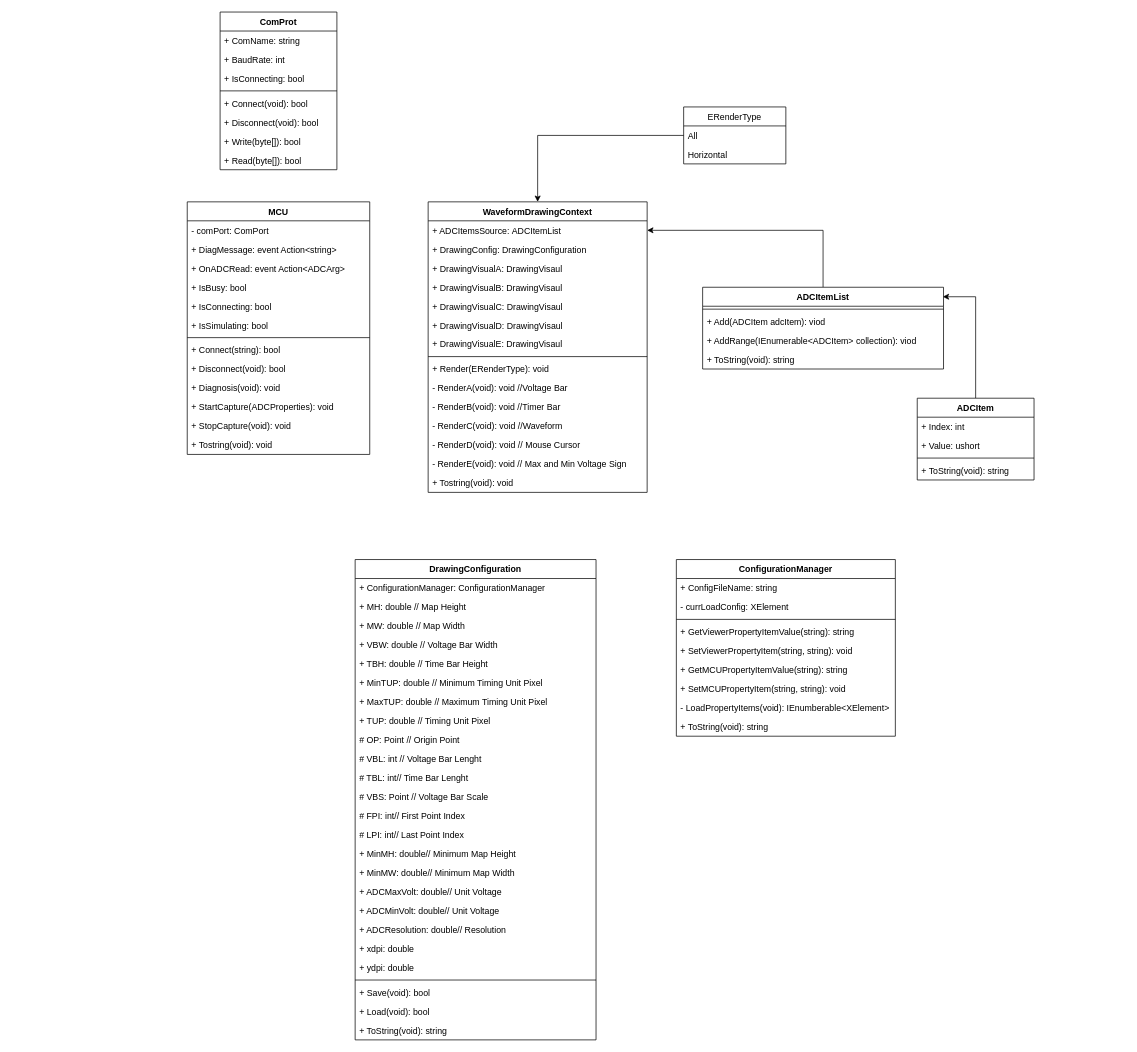
Jasson-Chou/SideProject keeps this draw.io diagram as page "UML Class Diagram" (5 of 5) of ADC Monitor.drawio. Above is the earlier version. Source tidied: cells renumbered, new cells numbered last; positions are measured from the earlier drawing's top-left corner, leaving out a move shared by most shapes. Both pictures are drawn from the tidied source at 73%, with x=0, y=0 at pixel (187, 12).
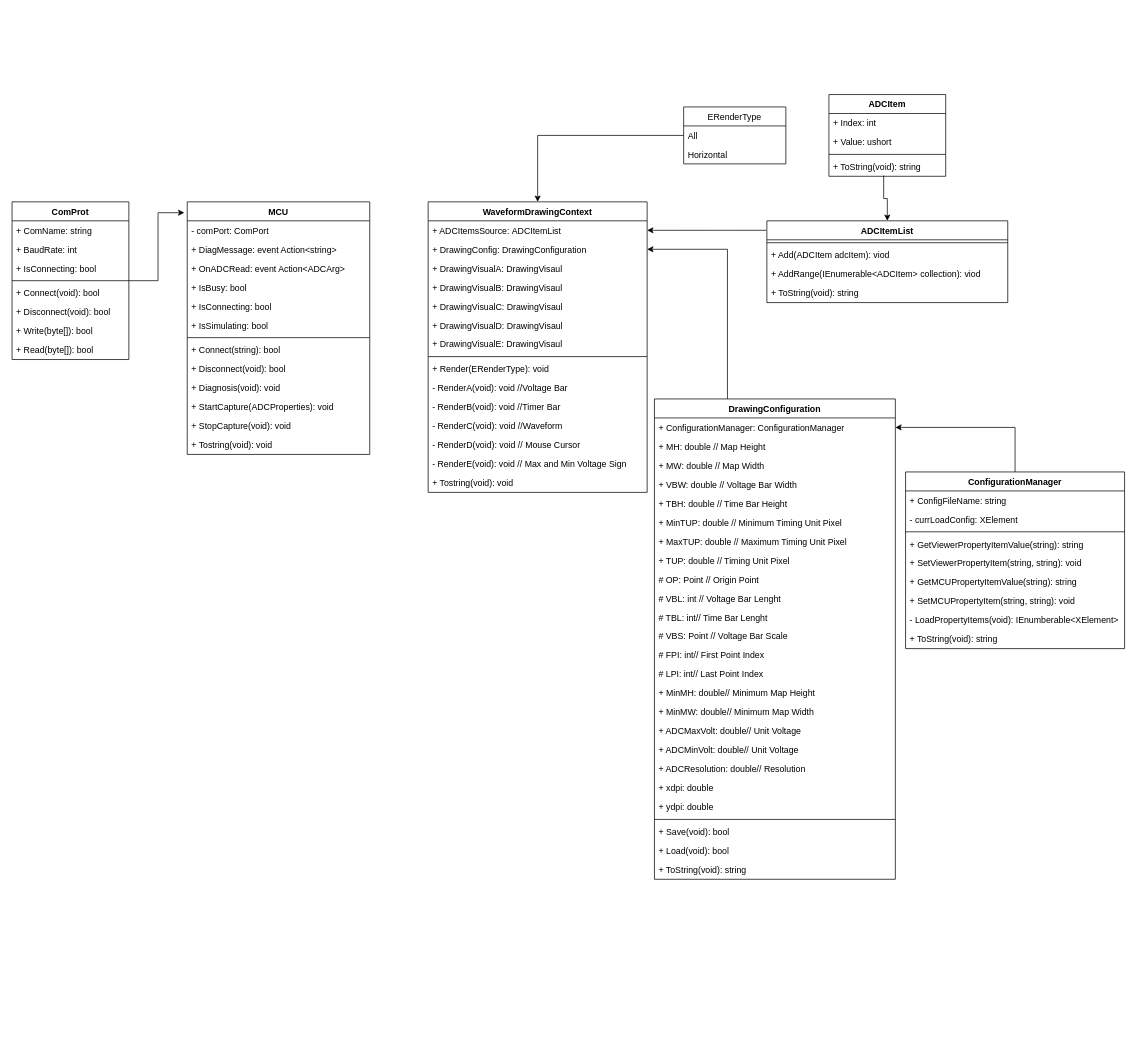
The same page after the edit.

Unchanged cells that the change refers to:
```xml
<mxCell id="11" value="MCU" style="swimlane;fontStyle=1;align=center;verticalAlign=top;horizontal=1;startSize=26;" parent="1" vertex="1">
  <mxGeometry y="260" width="250" height="346" as="geometry" />
</mxCell>
<mxCell id="26" value="+ ADCItemsSource: ADCItemList" style="text;strokeColor=none;fillColor=none;align=left;verticalAlign=top;spacingLeft=4;spacingRight=4;overflow=hidden;points=[[0,0.5],[1,0.5]];portConstraint=eastwest;" parent="25" vertex="1">
  <mxGeometry y="26" width="300" height="26" as="geometry" />
</mxCell>
<mxCell id="27" value="+ DrawingConfig: DrawingConfiguration" style="text;strokeColor=none;fillColor=none;align=left;verticalAlign=top;spacingLeft=4;spacingRight=4;overflow=hidden;points=[[0,0.5],[1,0.5]];portConstraint=eastwest;" parent="25" vertex="1">
  <mxGeometry y="52" width="300" height="26" as="geometry" />
</mxCell>
<mxCell id="50" value="+ ToString(void): string" style="text;strokeColor=none;fillColor=none;align=left;verticalAlign=top;spacingLeft=4;spacingRight=4;overflow=hidden;points=[[0,0.5],[1,0.5]];portConstraint=eastwest;" parent="46" vertex="1">
  <mxGeometry y="86" width="160" height="26" as="geometry" />
</mxCell>
<mxCell id="58" value="+ ConfigurationManager: ConfigurationManager" style="text;strokeColor=none;fillColor=none;align=left;verticalAlign=top;spacingLeft=4;spacingRight=4;overflow=hidden;points=[[0,0.5],[1,0.5]];portConstraint=eastwest;" parent="57" vertex="1">
  <mxGeometry y="26" width="330" height="26" as="geometry" />
</mxCell>
```

The edit, as a diff of the source:
```diff
@@
+    <mxCell id="93" style="edgeStyle=orthogonalEdgeStyle;rounded=0;jettySize=auto;html=1;entryX=-0.016;entryY=0.043;entryDx=0;entryDy=0;entryPerimeter=0;" parent="1" edge="1" source="2" target="11">
+      <mxGeometry relative="1" as="geometry" />
+    </mxCell>
     <mxCell id="2" value="ComProt" style="swimlane;fontStyle=1;align=center;verticalAlign=top;horizontal=1;startSize=26;" parent="1" vertex="1">
-      <mxGeometry x="45" width="160" height="216" as="geometry" />
+      <mxGeometry x="-240" y="260" width="160" height="216" as="geometry" />
     </mxCell>
@@
-    <mxCell id="45" style="edgeStyle=orthogonalEdgeStyle;rounded=0;jettySize=auto;html=1;exitX=0.5;exitY=0;exitDx=0;exitDy=0;entryX=0.997;entryY=0.116;entryDx=0;entryDy=0;entryPerimeter=0;" parent="1" edge="1" source="46" target="52">
+    <mxCell id="45" style="edgeStyle=orthogonalEdgeStyle;rounded=0;jettySize=auto;html=1;exitX=0.469;exitY=0.962;exitDx=0;exitDy=0;entryX=0.5;entryY=0;entryDx=0;entryDy=0;exitPerimeter=0;" parent="1" edge="1" source="50" target="52">
       <mxGeometry relative="1" as="geometry" />
     </mxCell>
     <mxCell id="46" value="ADCItem" style="swimlane;fontStyle=1;align=center;verticalAlign=top;horizontal=1;startSize=26;" parent="1" vertex="1">
-      <mxGeometry x="1000" y="529" width="160" height="112" as="geometry" />
+      <mxGeometry x="879" y="113" width="160" height="112" as="geometry" />
     </mxCell>
@@
-    <mxCell id="51" style="edgeStyle=orthogonalEdgeStyle;rounded=0;jettySize=auto;html=1;exitX=0.5;exitY=0;exitDx=0;exitDy=0;entryX=1;entryY=0.5;entryDx=0;entryDy=0;" parent="1" edge="1" source="52" target="26">
+    <mxCell id="51" style="edgeStyle=orthogonalEdgeStyle;rounded=0;jettySize=auto;html=1;exitX=-0.003;exitY=0.116;exitDx=0;exitDy=0;entryX=1;entryY=0.5;entryDx=0;entryDy=0;exitPerimeter=0;" parent="1" edge="1" source="52" target="26">
       <mxGeometry relative="1" as="geometry" />
     </mxCell>
     <mxCell id="52" value="ADCItemList" style="swimlane;fontStyle=1;align=center;verticalAlign=top;horizontal=1;startSize=26;" parent="1" vertex="1">
-      <mxGeometry x="706" y="377" width="330" height="112" as="geometry" />
+      <mxGeometry x="794" y="286" width="330" height="112" as="geometry" />
     </mxCell>
@@
+    <mxCell id="94" style="edgeStyle=orthogonalEdgeStyle;rounded=0;jettySize=auto;html=1;entryX=1;entryY=0.5;entryDx=0;entryDy=0;" parent="1" edge="1" source="57" target="27">
+      <mxGeometry relative="1" as="geometry">
+        <Array as="points">
+          <mxPoint x="740" y="325" />
+        </Array>
+      </mxGeometry>
+    </mxCell>
     <mxCell id="57" value="DrawingConfiguration" style="swimlane;fontStyle=1;align=center;verticalAlign=top;horizontal=1;startSize=26;" parent="1" vertex="1">
-      <mxGeometry x="230" y="750" width="330" height="658" as="geometry" />
+      <mxGeometry x="640" y="530" width="330" height="658" as="geometry" />
     </mxCell>
@@
+    <mxCell id="95" style="edgeStyle=orthogonalEdgeStyle;rounded=0;jettySize=auto;html=1;entryX=1;entryY=0.5;entryDx=0;entryDy=0;" parent="1" edge="1" source="83" target="58">
+      <mxGeometry relative="1" as="geometry" />
+    </mxCell>
     <mxCell id="83" value="ConfigurationManager" style="swimlane;fontStyle=1;align=center;verticalAlign=top;horizontal=1;startSize=26;" parent="1" vertex="1">
-      <mxGeometry x="670" y="750" width="300" height="242" as="geometry" />
+      <mxGeometry x="984" y="630" width="300" height="242" as="geometry" />
     </mxCell>
```
